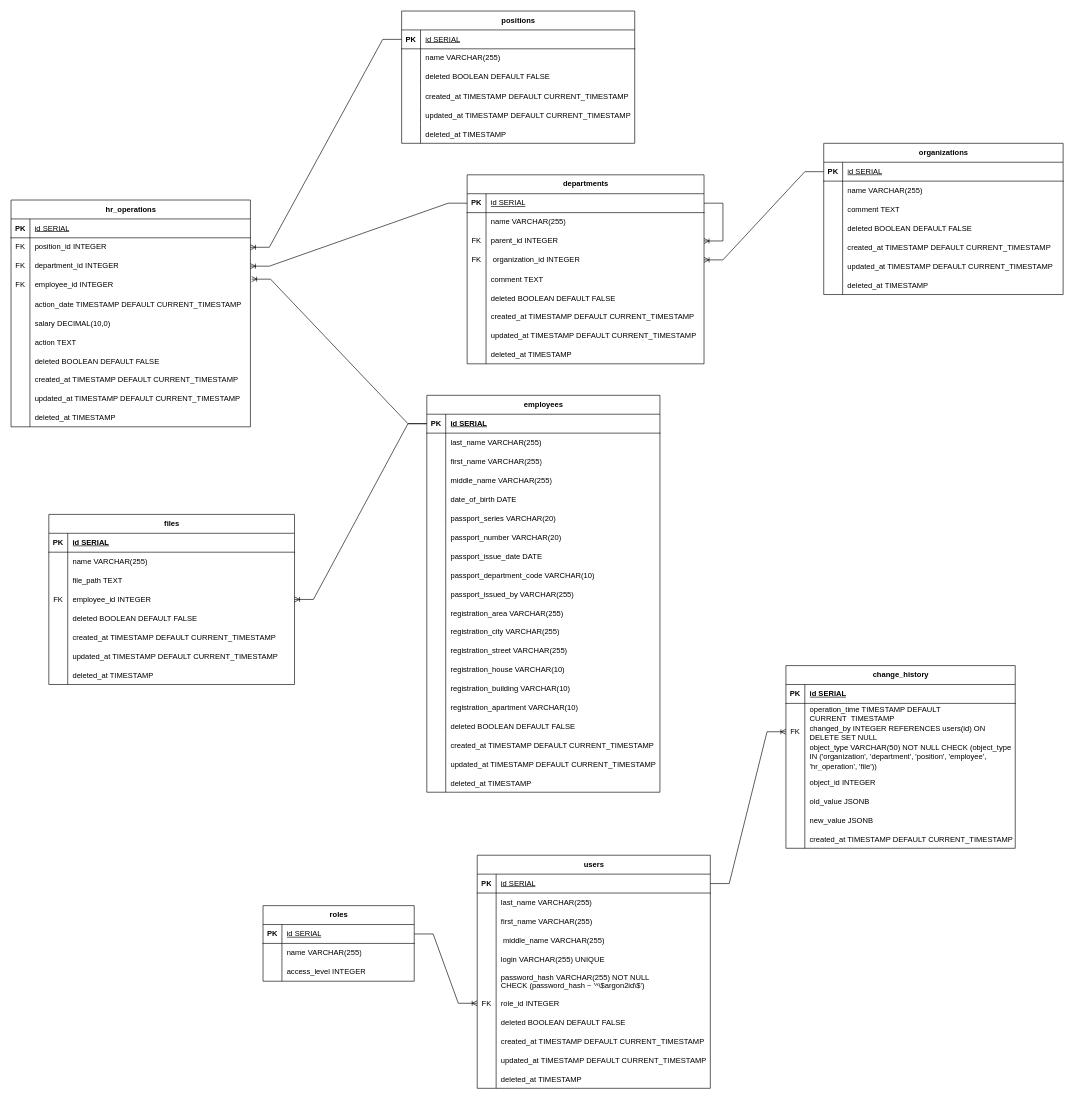
The draw.io diagram docs/DB.drawio in NekitBST/areal-hr-test-2025, before the edit. Source tidied: cells renumbered, new cells numbered last; positions are measured from the earlier drawing's top-left corner, leaving out a move shared by most shapes. Both pictures are drawn from the tidied source at 63%, with x=0, y=0 at pixel (11, 11).
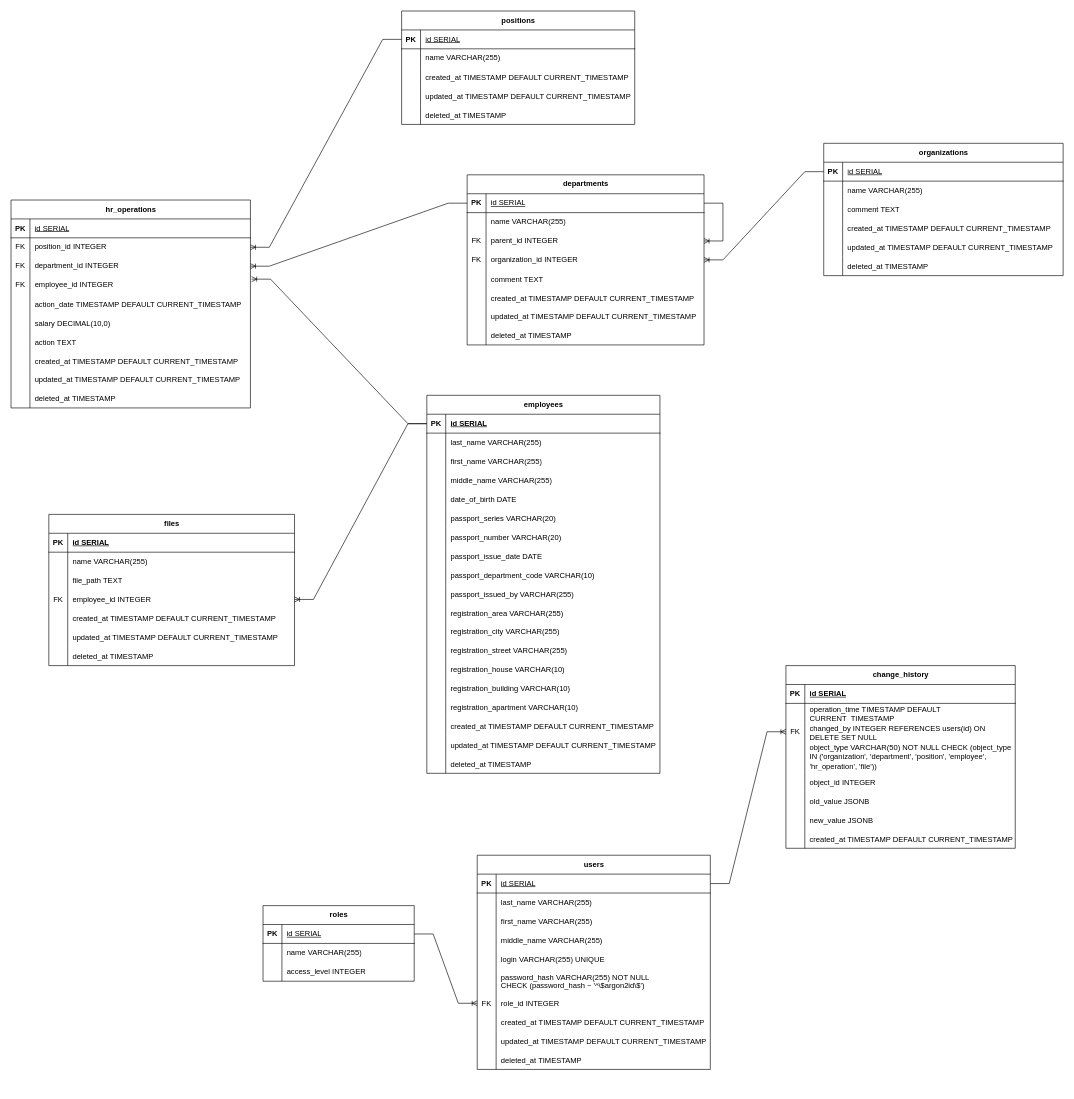
Above is the later version.

Commit message:
fixing database schema

The change refers to these unchanged cells:
```xml
<mxCell id="34" style="shape=tableRow;horizontal=0;startSize=0;swimlaneHead=0;swimlaneBody=0;fillColor=none;points=[[0,0.5],[1,0.5]];portConstraint=eastwest;top=0;left=0;right=0;bottom=0;" parent="24" vertex="1">
  <mxGeometry y="120" width="376" height="30" as="geometry" />
</mxCell>
<mxCell id="242" style="shape=tableRow;horizontal=0;startSize=0;swimlaneHead=0;swimlaneBody=0;fillColor=none;top=0;left=0;right=0;bottom=0;" parent="232" vertex="1">
  <mxGeometry y="120" width="370" height="30" as="geometry" />
</mxCell>
```

What changed in the source:
```diff
@@
     <mxCell id="2" value="organizations" style="shape=table;startSize=30;childLayout=tableLayout;rowLines=0;fontStyle=1;align=center;html=1;" parent="1" vertex="1">
-      <mxGeometry x="1290" y="210" width="380" height="240" as="geometry" />
+      <mxGeometry x="1290" y="210" width="380" height="210" as="geometry" />
     </mxCell>
@@
-    <mxCell id="12" style="shape=tableRow;horizontal=0;startSize=0;swimlaneHead=0;swimlaneBody=0;fillColor=none;top=0;left=0;right=0;bottom=0;" parent="2" vertex="1">
-      <mxGeometry y="120" width="380" height="30" as="geometry" />
-    </mxCell>
-    <mxCell id="13" style="shape=partialRectangle;fillColor=none;top=0;left=0;bottom=0;right=0;overflow=hidden;whiteSpace=wrap;html=1;" parent="12" vertex="1">
-      <mxGeometry width="30" height="30" as="geometry" />
-    </mxCell>
-    <mxCell id="14" value="&lt;span style=&quot;text-wrap-mode: nowrap;&quot;&gt;deleted BOOLEAN DEFAULT FALSE&lt;/span&gt;" style="shape=partialRectangle;fillColor=none;top=0;left=0;bottom=0;right=0;align=left;spacingLeft=6;overflow=hidden;whiteSpace=wrap;html=1;" parent="12" vertex="1">
-      <mxGeometry x="30" width="350" height="30" as="geometry" />
-    </mxCell>
     <mxCell id="15" style="shape=tableRow;horizontal=0;startSize=0;swimlaneHead=0;swimlaneBody=0;fillColor=none;top=0;left=0;right=0;bottom=0;" parent="2" vertex="1">
-      <mxGeometry y="150" width="380" height="30" as="geometry" />
+      <mxGeometry y="120" width="380" height="30" as="geometry" />
     </mxCell>
@@
     <mxCell id="18" style="shape=tableRow;horizontal=0;startSize=0;swimlaneHead=0;swimlaneBody=0;fillColor=none;top=0;left=0;right=0;bottom=0;" parent="2" vertex="1">
-      <mxGeometry y="180" width="380" height="30" as="geometry" />
+      <mxGeometry y="150" width="380" height="30" as="geometry" />
     </mxCell>
@@
     <mxCell id="21" style="shape=tableRow;horizontal=0;startSize=0;swimlaneHead=0;swimlaneBody=0;fillColor=none;top=0;left=0;right=0;bottom=0;" parent="2" vertex="1">
-      <mxGeometry y="210" width="380" height="30" as="geometry" />
+      <mxGeometry y="180" width="380" height="30" as="geometry" />
     </mxCell>
@@
     <mxCell id="24" value="departments" style="shape=table;startSize=30;childLayout=tableLayout;rowLines=0;fontStyle=1;align=center;html=1;" parent="1" vertex="1">
-      <mxGeometry x="724" y="260" width="376" height="300" as="geometry" />
+      <mxGeometry x="724" y="260" width="376" height="270" as="geometry" />
     </mxCell>
@@
-    <mxCell id="36" value="&lt;span style=&quot;text-wrap-mode: nowrap;&quot;&gt;&amp;nbsp;organization_id INTEGER&lt;/span&gt;" style="shape=partialRectangle;fillColor=none;top=0;left=0;bottom=0;right=0;align=left;spacingLeft=6;overflow=hidden;whiteSpace=wrap;html=1;" parent="34" vertex="1">
+    <mxCell id="36" value="&lt;span style=&quot;text-wrap-mode: nowrap;&quot;&gt;organization_id INTEGER&lt;/span&gt;" style="shape=partialRectangle;fillColor=none;top=0;left=0;bottom=0;right=0;align=left;spacingLeft=6;overflow=hidden;whiteSpace=wrap;html=1;" parent="34" vertex="1">
       <mxGeometry x="30" width="346" height="30" as="geometry" />
     </mxCell>
@@
-    <mxCell id="40" style="shape=tableRow;horizontal=0;startSize=0;swimlaneHead=0;swimlaneBody=0;fillColor=none;top=0;left=0;right=0;bottom=0;" parent="24" vertex="1">
-      <mxGeometry y="180" width="376" height="30" as="geometry" />
-    </mxCell>
-    <mxCell id="41" style="shape=partialRectangle;fillColor=none;top=0;left=0;bottom=0;right=0;overflow=hidden;" parent="40" vertex="1">
-      <mxGeometry width="30" height="30" as="geometry" />
-    </mxCell>
-    <mxCell id="42" value="deleted BOOLEAN DEFAULT FALSE" style="shape=partialRectangle;fillColor=none;top=0;left=0;bottom=0;right=0;align=left;spacingLeft=6;overflow=hidden;" parent="40" vertex="1">
-      <mxGeometry x="30" width="346" height="30" as="geometry" />
-    </mxCell>
@@
     <mxCell id="44" style="shape=tableRow;horizontal=0;startSize=0;swimlaneHead=0;swimlaneBody=0;fillColor=none;top=0;left=0;right=0;bottom=0;" parent="24" vertex="1">
-      <mxGeometry y="210" width="376" height="30" as="geometry" />
+      <mxGeometry y="180" width="376" height="30" as="geometry" />
     </mxCell>
@@
     <mxCell id="47" style="shape=tableRow;horizontal=0;startSize=0;swimlaneHead=0;swimlaneBody=0;fillColor=none;top=0;left=0;right=0;bottom=0;" parent="24" vertex="1">
-      <mxGeometry y="240" width="376" height="30" as="geometry" />
+      <mxGeometry y="210" width="376" height="30" as="geometry" />
     </mxCell>
@@
     <mxCell id="50" style="shape=tableRow;horizontal=0;startSize=0;swimlaneHead=0;swimlaneBody=0;fillColor=none;top=0;left=0;right=0;bottom=0;" parent="24" vertex="1">
-      <mxGeometry y="270" width="376" height="30" as="geometry" />
+      <mxGeometry y="240" width="376" height="30" as="geometry" />
     </mxCell>
@@
     <mxCell id="54" value="positions" style="shape=table;startSize=30;childLayout=tableLayout;rowLines=0;fontStyle=1;align=center;html=1;" parent="1" vertex="1">
-      <mxGeometry x="620" width="370" height="210" as="geometry" />
+      <mxGeometry x="620" width="370" height="180" as="geometry" />
     </mxCell>
@@
-    <mxCell id="61" style="shape=tableRow;horizontal=0;startSize=0;swimlaneHead=0;swimlaneBody=0;fillColor=none;top=0;left=0;right=0;bottom=0;" parent="54" vertex="1">
-      <mxGeometry y="90" width="370" height="30" as="geometry" />
-    </mxCell>
-    <mxCell id="62" style="shape=partialRectangle;fillColor=none;top=0;left=0;bottom=0;right=0;overflow=hidden;whiteSpace=wrap;html=1;" parent="61" vertex="1">
-      <mxGeometry width="30" height="30" as="geometry" />
-    </mxCell>
-    <mxCell id="63" value="&lt;span style=&quot;text-wrap-mode: nowrap;&quot;&gt;deleted BOOLEAN DEFAULT FALSE&lt;/span&gt;" style="shape=partialRectangle;fillColor=none;top=0;left=0;bottom=0;right=0;align=left;spacingLeft=6;overflow=hidden;whiteSpace=wrap;html=1;" parent="61" vertex="1">
-      <mxGeometry x="30" width="340" height="30" as="geometry" />
-    </mxCell>
     <mxCell id="64" style="shape=tableRow;horizontal=0;startSize=0;swimlaneHead=0;swimlaneBody=0;fillColor=none;top=0;left=0;right=0;bottom=0;" parent="54" vertex="1">
-      <mxGeometry y="120" width="370" height="30" as="geometry" />
+      <mxGeometry y="90" width="370" height="30" as="geometry" />
     </mxCell>
@@
     <mxCell id="67" style="shape=tableRow;horizontal=0;startSize=0;swimlaneHead=0;swimlaneBody=0;fillColor=none;top=0;left=0;right=0;bottom=0;" parent="54" vertex="1">
-      <mxGeometry y="150" width="370" height="30" as="geometry" />
+      <mxGeometry y="120" width="370" height="30" as="geometry" />
     </mxCell>
@@
     <mxCell id="70" style="shape=tableRow;horizontal=0;startSize=0;swimlaneHead=0;swimlaneBody=0;fillColor=none;top=0;left=0;right=0;bottom=0;" parent="54" vertex="1">
-      <mxGeometry y="180" width="370" height="30" as="geometry" />
+      <mxGeometry y="150" width="370" height="30" as="geometry" />
     </mxCell>
@@
     <mxCell id="83" value="hr_operations" style="shape=table;startSize=30;childLayout=tableLayout;rowLines=0;fontStyle=1;align=center;html=1;" parent="1" vertex="1">
-      <mxGeometry y="300" width="380" height="360" as="geometry" />
+      <mxGeometry y="300" width="380" height="330" as="geometry" />
     </mxCell>
@@
-    <mxCell id="105" style="shape=tableRow;horizontal=0;startSize=0;swimlaneHead=0;swimlaneBody=0;fillColor=none;top=0;left=0;right=0;bottom=0;" parent="83" vertex="1">
-      <mxGeometry y="240" width="380" height="30" as="geometry" />
-    </mxCell>
-    <mxCell id="106" style="shape=partialRectangle;fillColor=none;top=0;left=0;bottom=0;right=0;overflow=hidden;" parent="105" vertex="1">
-      <mxGeometry width="30" height="30" as="geometry" />
-    </mxCell>
-    <mxCell id="107" value="deleted BOOLEAN DEFAULT FALSE" style="shape=partialRectangle;fillColor=none;top=0;left=0;bottom=0;right=0;align=left;spacingLeft=6;overflow=hidden;" parent="105" vertex="1">
-      <mxGeometry x="30" width="350" height="30" as="geometry" />
-    </mxCell>
     <mxCell id="108" style="shape=tableRow;horizontal=0;startSize=0;swimlaneHead=0;swimlaneBody=0;fillColor=none;top=0;left=0;right=0;bottom=0;" parent="83" vertex="1">
-      <mxGeometry y="270" width="380" height="30" as="geometry" />
+      <mxGeometry y="240" width="380" height="30" as="geometry" />
     </mxCell>
@@
     <mxCell id="111" style="shape=tableRow;horizontal=0;startSize=0;swimlaneHead=0;swimlaneBody=0;fillColor=none;top=0;left=0;right=0;bottom=0;" parent="83" vertex="1">
-      <mxGeometry y="300" width="380" height="30" as="geometry" />
+      <mxGeometry y="270" width="380" height="30" as="geometry" />
     </mxCell>
@@
     <mxCell id="114" style="shape=tableRow;horizontal=0;startSize=0;swimlaneHead=0;swimlaneBody=0;fillColor=none;top=0;left=0;right=0;bottom=0;" parent="83" vertex="1">
-      <mxGeometry y="330" width="380" height="30" as="geometry" />
+      <mxGeometry y="300" width="380" height="30" as="geometry" />
     </mxCell>
@@
     <mxCell id="119" value="employees" style="shape=table;startSize=30;childLayout=tableLayout;rowLines=0;fontStyle=1;align=center;html=1;" parent="1" vertex="1">
-      <mxGeometry x="660" y="610" width="370" height="630" as="geometry" />
+      <mxGeometry x="660" y="610" width="370" height="600" as="geometry" />
     </mxCell>
@@
-    <mxCell id="168" style="shape=tableRow;horizontal=0;startSize=0;swimlaneHead=0;swimlaneBody=0;fillColor=none;top=0;left=0;right=0;bottom=0;" parent="119" vertex="1">
-      <mxGeometry y="510" width="370" height="30" as="geometry" />
-    </mxCell>
-    <mxCell id="169" style="shape=partialRectangle;fillColor=none;top=0;left=0;bottom=0;right=0;overflow=hidden;" parent="168" vertex="1">
-      <mxGeometry width="30" height="30" as="geometry" />
-    </mxCell>
-    <mxCell id="170" value="deleted BOOLEAN DEFAULT FALSE" style="shape=partialRectangle;fillColor=none;top=0;left=0;bottom=0;right=0;align=left;spacingLeft=6;overflow=hidden;" parent="168" vertex="1">
-      <mxGeometry x="30" width="340" height="30" as="geometry" />
-    </mxCell>
     <mxCell id="171" style="shape=tableRow;horizontal=0;startSize=0;swimlaneHead=0;swimlaneBody=0;fillColor=none;top=0;left=0;right=0;bottom=0;" parent="119" vertex="1">
-      <mxGeometry y="540" width="370" height="30" as="geometry" />
+      <mxGeometry y="510" width="370" height="30" as="geometry" />
     </mxCell>
@@
     <mxCell id="174" style="shape=tableRow;horizontal=0;startSize=0;swimlaneHead=0;swimlaneBody=0;fillColor=none;top=0;left=0;right=0;bottom=0;" parent="119" vertex="1">
-      <mxGeometry y="570" width="370" height="30" as="geometry" />
+      <mxGeometry y="540" width="370" height="30" as="geometry" />
     </mxCell>
@@
     <mxCell id="177" style="shape=tableRow;horizontal=0;startSize=0;swimlaneHead=0;swimlaneBody=0;fillColor=none;top=0;left=0;right=0;bottom=0;" parent="119" vertex="1">
-      <mxGeometry y="600" width="370" height="30" as="geometry" />
+      <mxGeometry y="570" width="370" height="30" as="geometry" />
     </mxCell>
@@
     <mxCell id="181" value="files" style="shape=table;startSize=30;childLayout=tableLayout;rowLines=0;fontStyle=1;align=center;html=1;" parent="1" vertex="1">
-      <mxGeometry x="60" y="799" width="390" height="270" as="geometry" />
+      <mxGeometry x="60" y="799" width="390" height="240" as="geometry" />
     </mxCell>
@@
-    <mxCell id="194" style="shape=tableRow;horizontal=0;startSize=0;swimlaneHead=0;swimlaneBody=0;fillColor=none;top=0;left=0;right=0;bottom=0;" parent="181" vertex="1">
-      <mxGeometry y="150" width="390" height="30" as="geometry" />
-    </mxCell>
-    <mxCell id="195" style="shape=partialRectangle;fillColor=none;top=0;left=0;bottom=0;right=0;overflow=hidden;" parent="194" vertex="1">
-      <mxGeometry width="30" height="30" as="geometry" />
-    </mxCell>
-    <mxCell id="196" value="deleted BOOLEAN DEFAULT FALSE" style="shape=partialRectangle;fillColor=none;top=0;left=0;bottom=0;right=0;align=left;spacingLeft=6;overflow=hidden;" parent="194" vertex="1">
-      <mxGeometry x="30" width="360" height="30" as="geometry" />
-    </mxCell>
     <mxCell id="197" style="shape=tableRow;horizontal=0;startSize=0;swimlaneHead=0;swimlaneBody=0;fillColor=none;top=0;left=0;right=0;bottom=0;" parent="181" vertex="1">
-      <mxGeometry y="180" width="390" height="30" as="geometry" />
+      <mxGeometry y="150" width="390" height="30" as="geometry" />
     </mxCell>
@@
     <mxCell id="200" style="shape=tableRow;horizontal=0;startSize=0;swimlaneHead=0;swimlaneBody=0;fillColor=none;top=0;left=0;right=0;bottom=0;" parent="181" vertex="1">
-      <mxGeometry y="210" width="390" height="30" as="geometry" />
+      <mxGeometry y="180" width="390" height="30" as="geometry" />
     </mxCell>
@@
     <mxCell id="203" style="shape=tableRow;horizontal=0;startSize=0;swimlaneHead=0;swimlaneBody=0;fillColor=none;top=0;left=0;right=0;bottom=0;" parent="181" vertex="1">
-      <mxGeometry y="240" width="390" height="30" as="geometry" />
+      <mxGeometry y="210" width="390" height="30" as="geometry" />
     </mxCell>
@@
     <mxCell id="232" value="users" style="shape=table;startSize=30;childLayout=tableLayout;rowLines=0;fontStyle=1;align=center;html=1;" parent="1" vertex="1">
-      <mxGeometry x="740" y="1340" width="370" height="370" as="geometry" />
+      <mxGeometry x="740" y="1340" width="370" height="340" as="geometry" />
     </mxCell>
@@
-    <mxCell id="244" value=" middle_name VARCHAR(255)" style="shape=partialRectangle;fillColor=none;top=0;left=0;bottom=0;right=0;align=left;spacingLeft=6;overflow=hidden;" parent="242" vertex="1">
+    <mxCell id="244" value="middle_name VARCHAR(255)" style="shape=partialRectangle;fillColor=none;top=0;left=0;bottom=0;right=0;align=left;spacingLeft=6;overflow=hidden;" parent="242" vertex="1">
       <mxGeometry x="30" width="340" height="30" as="geometry" />
     </mxCell>
@@
-    <mxCell id="254" style="shape=tableRow;horizontal=0;startSize=0;swimlaneHead=0;swimlaneBody=0;fillColor=none;top=0;left=0;right=0;bottom=0;" parent="232" vertex="1">
-      <mxGeometry y="250" width="370" height="30" as="geometry" />
-    </mxCell>
-    <mxCell id="255" style="shape=partialRectangle;fillColor=none;top=0;left=0;bottom=0;right=0;overflow=hidden;" parent="254" vertex="1">
-      <mxGeometry width="30" height="30" as="geometry" />
-    </mxCell>
-    <mxCell id="256" value="deleted BOOLEAN DEFAULT FALSE" style="shape=partialRectangle;fillColor=none;top=0;left=0;bottom=0;right=0;align=left;spacingLeft=6;overflow=hidden;" parent="254" vertex="1">
-      <mxGeometry x="30" width="340" height="30" as="geometry" />
-    </mxCell>
     <mxCell id="257" style="shape=tableRow;horizontal=0;startSize=0;swimlaneHead=0;swimlaneBody=0;fillColor=none;top=0;left=0;right=0;bottom=0;" parent="232" vertex="1">
-      <mxGeometry y="280" width="370" height="30" as="geometry" />
+      <mxGeometry y="250" width="370" height="30" as="geometry" />
     </mxCell>
@@
     <mxCell id="260" style="shape=tableRow;horizontal=0;startSize=0;swimlaneHead=0;swimlaneBody=0;fillColor=none;top=0;left=0;right=0;bottom=0;" parent="232" vertex="1">
-      <mxGeometry y="310" width="370" height="30" as="geometry" />
+      <mxGeometry y="280" width="370" height="30" as="geometry" />
     </mxCell>
@@
     <mxCell id="263" style="shape=tableRow;horizontal=0;startSize=0;swimlaneHead=0;swimlaneBody=0;fillColor=none;top=0;left=0;right=0;bottom=0;" parent="232" vertex="1">
-      <mxGeometry y="340" width="370" height="30" as="geometry" />
+      <mxGeometry y="310" width="370" height="30" as="geometry" />
     </mxCell>
```
